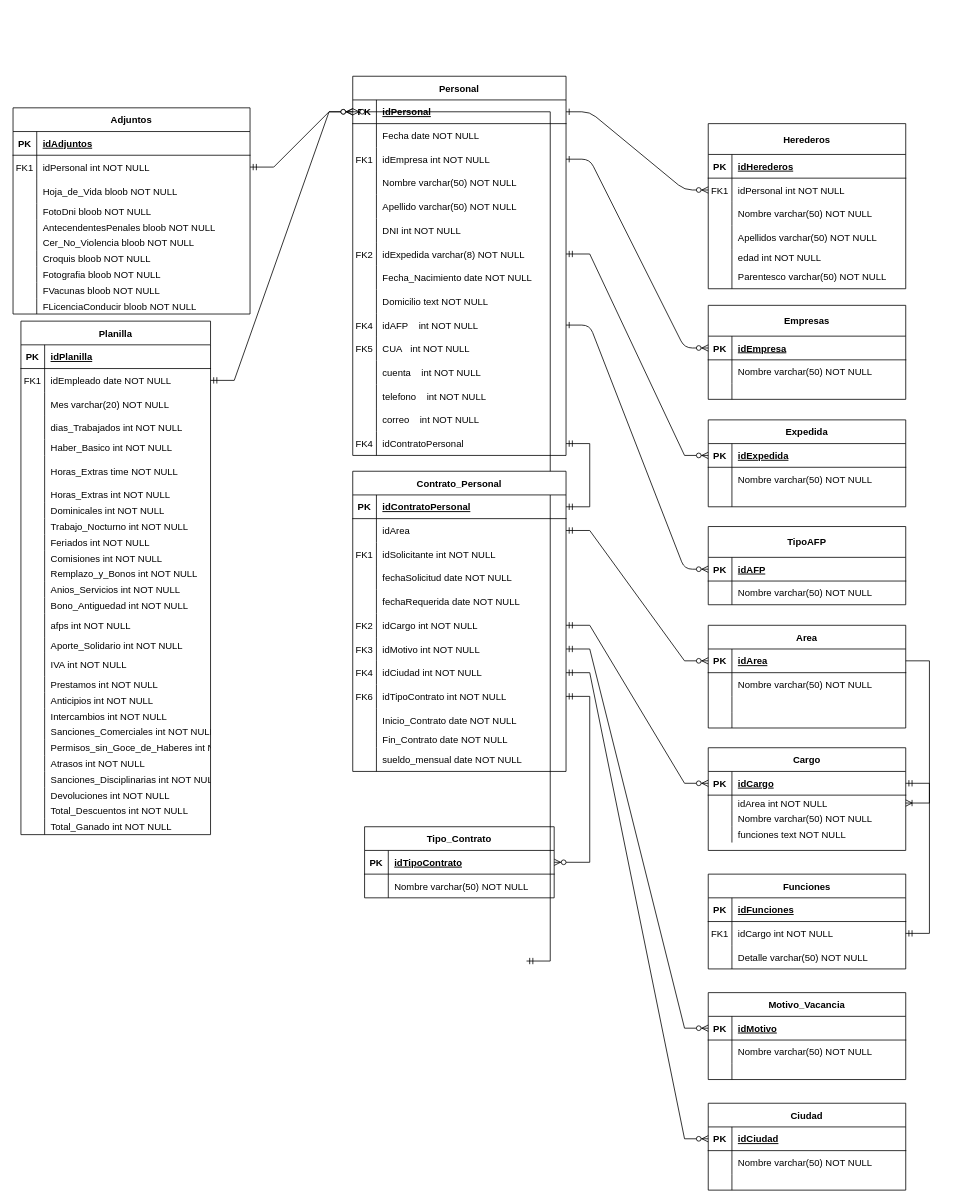
tomyivan/diagramas-DB keeps this draw.io diagram as Diagrama sin título.drawio. Above is the earlier version. Source tidied: cells renumbered, new cells numbered last; positions are measured from the earlier drawing's top-left corner, leaving out a move shared by most shapes. Both pictures are drawn from the tidied source at 79%, with x=0, y=0 at pixel (13, 76).
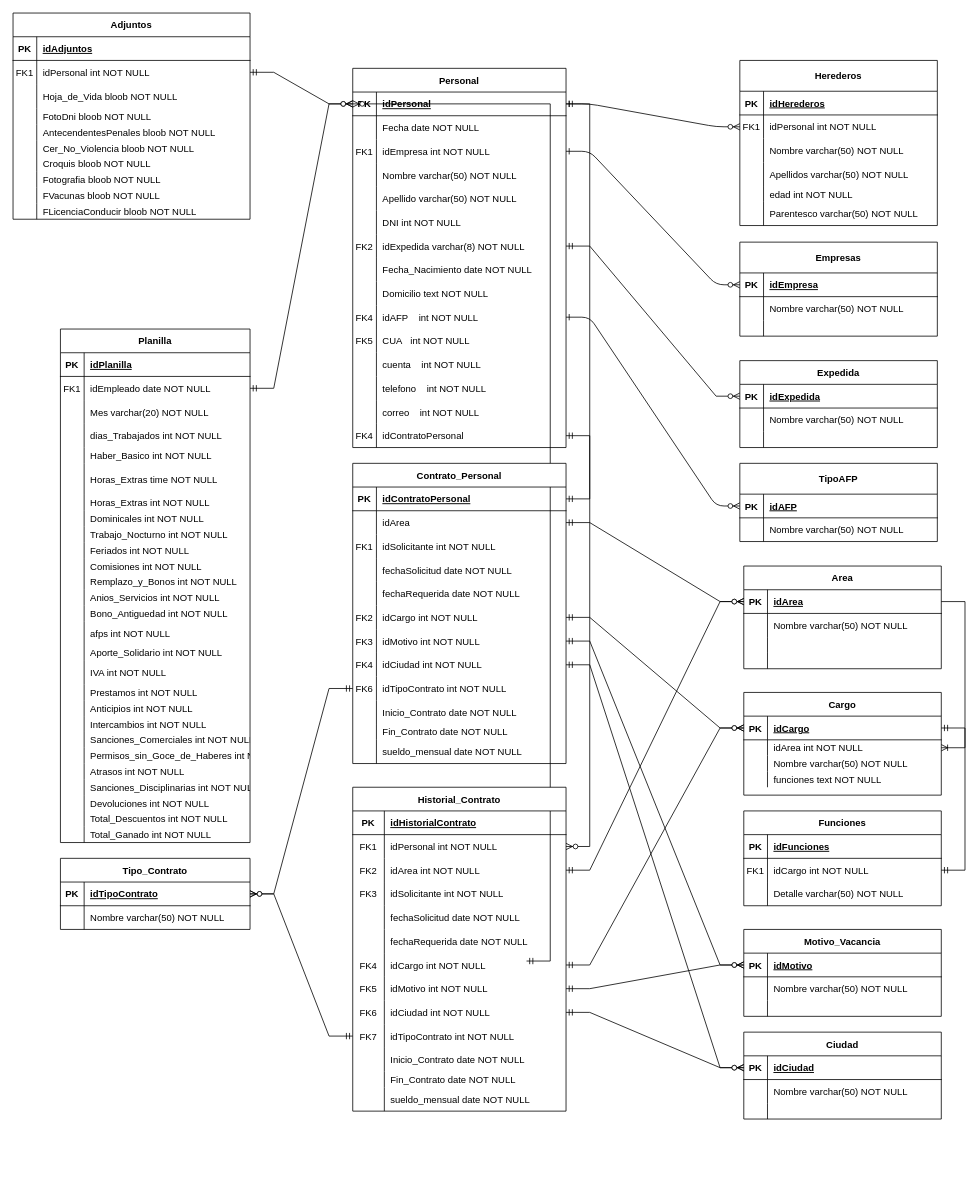
The same page after the edit.

The change refers to these unchanged cells:
```xml
<mxCell id="13" style="shape=partialRectangle;fillColor=none;points=[[0,0.5],[1,0.5]];portConstraint=eastwest;top=0;left=0;right=0;bottom=1;" parent="12" vertex="1">
  <mxGeometry y="30" width="270" height="30" as="geometry" />
</mxCell>
<mxCell id="60" style="shape=partialRectangle;fillColor=none;points=[[0,0.5],[1,0.5]];portConstraint=eastwest;top=0;left=0;right=0;bottom=1;" parent="59" vertex="1">
  <mxGeometry y="30" width="250" height="30" as="geometry" />
</mxCell>
<mxCell id="70" style="shape=partialRectangle;fillColor=none;points=[[0,0.5],[1,0.5]];portConstraint=eastwest;top=0;left=0;right=0;bottom=1;" parent="69" vertex="1">
  <mxGeometry y="30" width="250" height="30" as="geometry" />
</mxCell>
<mxCell id="93" style="shape=partialRectangle;fillColor=none;points=[[0,0.5],[1,0.5]];portConstraint=eastwest;top=0;left=0;right=0;bottom=1;" parent="92" vertex="1">
  <mxGeometry y="30" width="250" height="30" as="geometry" />
</mxCell>
<mxCell id="110" style="shape=partialRectangle;fillColor=none;points=[[0,0.5],[1,0.5]];portConstraint=eastwest;top=0;left=0;right=0;bottom=1;" parent="109" vertex="1">
  <mxGeometry y="30" width="240" height="30" as="geometry" />
</mxCell>
<mxCell id="239" style="shape=partialRectangle;fillColor=none;points=[[0,0.5],[1,0.5]];portConstraint=eastwest;top=0;left=0;right=0;bottom=1;" parent="238" vertex="1">
  <mxGeometry y="30" width="250" height="30" as="geometry" />
</mxCell>
```

Diff of the diagram source:
```diff
@@
     <mxCell id="2" value="Empresas" style="shape=table;startSize=39;childLayout=tableLayout;rowLines=0;fontStyle=1;align=center;" parent="1" vertex="1">
-      <mxGeometry x="880" y="290" width="250" height="119" as="geometry" />
+      <mxGeometry x="920" y="210" width="250" height="119" as="geometry" />
     </mxCell>
@@
     <mxCell id="12" value="Personal" style="shape=table;startSize=30;childLayout=tableLayout;rowLines=0;fontStyle=1;align=center;" parent="1" vertex="1">
-      <mxGeometry x="430" width="270" height="480" as="geometry" />
+      <mxGeometry x="430" y="-10" width="270" height="480" as="geometry" />
     </mxCell>
@@
     <mxCell id="59" value="Ciudad" style="shape=table;startSize=30;childLayout=tableLayout;rowLines=0;fontStyle=1;align=center;" parent="1" vertex="1">
-      <mxGeometry x="880" y="1300" width="250" height="110" as="geometry" />
+      <mxGeometry x="925" y="1210" width="250" height="110" as="geometry" />
     </mxCell>
@@
     <mxCell id="69" value="Area" style="shape=table;startSize=30;childLayout=tableLayout;rowLines=0;fontStyle=1;align=center;" parent="1" vertex="1">
-      <mxGeometry x="880" y="695" width="250" height="130" as="geometry" />
+      <mxGeometry x="925" y="620" width="250" height="130" as="geometry" />
     </mxCell>
@@
     <mxCell id="82" value="Expedida" style="shape=table;startSize=30;childLayout=tableLayout;rowLines=0;fontStyle=1;align=center;" parent="1" vertex="1">
-      <mxGeometry x="880" y="435" width="250" height="110" as="geometry" />
+      <mxGeometry x="920" y="360" width="250" height="110" as="geometry" />
     </mxCell>
@@
     <mxCell id="92" value="Cargo" style="shape=table;startSize=30;childLayout=tableLayout;rowLines=0;fontStyle=1;align=center;" parent="1" vertex="1">
-      <mxGeometry x="880" y="850" width="250" height="130" as="geometry" />
+      <mxGeometry x="925" y="780" width="250" height="130" as="geometry" />
     </mxCell>
@@
     <mxCell id="109" value="Tipo_Contrato" style="shape=table;startSize=30;childLayout=tableLayout;rowLines=0;fontStyle=1;align=center;" parent="1" vertex="1">
-      <mxGeometry x="445" y="950" width="240" height="90" as="geometry" />
+      <mxGeometry x="60" y="990" width="240" height="90" as="geometry" />
     </mxCell>
@@
     <mxCell id="118" value="Planilla" style="shape=table;startSize=30;childLayout=tableLayout;rowLines=0;fontStyle=1;align=center;" parent="1" vertex="1">
-      <mxGeometry x="10" y="310" width="240" height="650" as="geometry" />
+      <mxGeometry x="60" y="320" width="240" height="650" as="geometry" />
     </mxCell>
@@
     <mxCell id="201" value="Contrato_Personal" style="shape=table;startSize=30;childLayout=tableLayout;rowLines=0;fontStyle=1;align=center;" parent="1" vertex="1">
-      <mxGeometry x="430" y="500" width="270" height="380" as="geometry" />
+      <mxGeometry x="430" y="490" width="270" height="380" as="geometry" />
     </mxCell>
@@
     <mxCell id="238" value="Motivo_Vacancia" style="shape=table;startSize=30;childLayout=tableLayout;rowLines=0;fontStyle=1;align=center;" parent="1" vertex="1">
-      <mxGeometry x="880" y="1160" width="250" height="110" as="geometry" />
+      <mxGeometry x="925" y="1080" width="250" height="110" as="geometry" />
     </mxCell>
@@
     <mxCell id="249" value="Funciones" style="shape=table;startSize=30;childLayout=tableLayout;rowLines=0;fontStyle=1;align=center;" parent="1" vertex="1">
-      <mxGeometry x="880" y="1010" width="250" height="120" as="geometry" />
+      <mxGeometry x="925" y="930" width="250" height="120" as="geometry" />
     </mxCell>
@@
     <mxCell id="260" value="Herederos" style="shape=table;startSize=39;childLayout=tableLayout;rowLines=0;fontStyle=1;align=center;" parent="1" vertex="1">
-      <mxGeometry x="880" y="60" width="250" height="209" as="geometry" />
+      <mxGeometry x="920" y="-20" width="250" height="209" as="geometry" />
     </mxCell>
@@
     <mxCell id="279" value="TipoAFP" style="shape=table;startSize=39;childLayout=tableLayout;rowLines=0;fontStyle=1;align=center;" parent="1" vertex="1">
-      <mxGeometry x="880" y="570" width="250" height="99" as="geometry" />
+      <mxGeometry x="920" y="490" width="250" height="99" as="geometry" />
     </mxCell>
@@
     <mxCell id="289" value="Adjuntos" style="shape=table;startSize=30;childLayout=tableLayout;rowLines=0;fontStyle=1;align=center;" parent="1" vertex="1">
-      <mxGeometry y="40" width="300" height="261" as="geometry" />
+      <mxGeometry y="-80" width="300" height="261" as="geometry" />
     </mxCell>
@@
+    <mxCell id="322" value="Historial_Contrato" style="shape=table;startSize=30;childLayout=tableLayout;rowLines=0;fontStyle=1;align=center;" parent="1" vertex="1">
+      <mxGeometry x="430" y="900" width="270" height="410" as="geometry" />
+    </mxCell>
+    <mxCell id="323" style="shape=partialRectangle;fillColor=none;top=0;left=0;right=0;bottom=1;" parent="322" vertex="1">
+      <mxGeometry y="30" width="270" height="30" as="geometry" />
+    </mxCell>
+    <mxCell id="324" value="PK" style="shape=partialRectangle;overflow=hidden;fillColor=none;top=0;left=0;bottom=0;right=0;fontStyle=1;" parent="323" vertex="1">
+      <mxGeometry width="40" height="30" as="geometry" />
+    </mxCell>
+    <mxCell id="325" value="idHistorialContrato" style="shape=partialRectangle;overflow=hidden;fillColor=none;top=0;left=0;bottom=0;right=0;align=left;spacingLeft=6;fontStyle=5;" parent="323" vertex="1">
+      <mxGeometry x="40" width="230" height="30" as="geometry" />
+    </mxCell>
+    <mxCell id="326" style="shape=partialRectangle;fillColor=none;points=[[0,0.5],[1,0.5]];portConstraint=eastwest;top=0;left=0;right=0;bottom=0;" parent="322" vertex="1">
+      <mxGeometry y="60" width="270" height="30" as="geometry" />
+    </mxCell>
+    <mxCell id="327" value="FK1" style="shape=partialRectangle;overflow=hidden;fillColor=none;top=0;left=0;bottom=0;right=0;" parent="326" vertex="1">
+      <mxGeometry width="40" height="30" as="geometry" />
+    </mxCell>
+    <mxCell id="328" value="idPersonal int NOT NULL" style="shape=partialRectangle;overflow=hidden;fillColor=none;top=0;left=0;bottom=0;right=0;align=left;spacingLeft=6;" parent="326" vertex="1">
+      <mxGeometry x="40" width="230" height="30" as="geometry" />
+    </mxCell>
+    <mxCell id="329" style="shape=partialRectangle;fillColor=none;points=[[0,0.5],[1,0.5]];portConstraint=eastwest;top=0;left=0;right=0;bottom=0;" parent="322" vertex="1">
+      <mxGeometry y="90" width="270" height="30" as="geometry" />
+    </mxCell>
+    <mxCell id="330" value="FK2" style="shape=partialRectangle;overflow=hidden;fillColor=none;top=0;left=0;bottom=0;right=0;" parent="329" vertex="1">
+      <mxGeometry width="40" height="30" as="geometry" />
+    </mxCell>
+    <mxCell id="331" value="idArea int NOT NULL" style="shape=partialRectangle;overflow=hidden;fillColor=none;top=0;left=0;bottom=0;right=0;align=left;spacingLeft=6;" parent="329" vertex="1">
+      <mxGeometry x="40" width="230" height="30" as="geometry" />
+    </mxCell>
+    <mxCell id="332" style="shape=partialRectangle;fillColor=none;top=0;left=0;right=0;bottom=0;" parent="322" vertex="1">
+      <mxGeometry y="120" width="270" height="30" as="geometry" />
+    </mxCell>
+    <mxCell id="333" value="FK3" style="shape=partialRectangle;overflow=hidden;fillColor=none;top=0;left=0;bottom=0;right=0;" parent="332" vertex="1">
+      <mxGeometry width="40" height="30" as="geometry" />
+    </mxCell>
+    <mxCell id="334" value="idSolicitante int NOT NULL" style="shape=partialRectangle;overflow=hidden;fillColor=none;top=0;left=0;bottom=0;right=0;align=left;spacingLeft=6;" parent="332" vertex="1">
+      <mxGeometry x="40" width="230" height="30" as="geometry" />
+    </mxCell>
+    <mxCell id="335" style="shape=partialRectangle;fillColor=none;top=0;left=0;right=0;bottom=0;" parent="322" vertex="1">
+      <mxGeometry y="150" width="270" height="30" as="geometry" />
+    </mxCell>
+    <mxCell id="336" style="shape=partialRectangle;overflow=hidden;fillColor=none;top=0;left=0;bottom=0;right=0;" parent="335" vertex="1">
+      <mxGeometry width="40" height="30" as="geometry" />
+    </mxCell>
+    <mxCell id="337" value="fechaSolicitud date NOT NULL" style="shape=partialRectangle;overflow=hidden;fillColor=none;top=0;left=0;bottom=0;right=0;align=left;spacingLeft=6;" parent="335" vertex="1">
+      <mxGeometry x="40" width="230" height="30" as="geometry" />
+    </mxCell>
+    <mxCell id="338" style="shape=partialRectangle;fillColor=none;top=0;left=0;right=0;bottom=0;" parent="322" vertex="1">
+      <mxGeometry y="180" width="270" height="30" as="geometry" />
+    </mxCell>
+    <mxCell id="339" style="shape=partialRectangle;overflow=hidden;fillColor=none;top=0;left=0;bottom=0;right=0;" parent="338" vertex="1">
+      <mxGeometry width="40" height="30" as="geometry" />
+    </mxCell>
+    <mxCell id="340" value="fechaRequerida date NOT NULL" style="shape=partialRectangle;overflow=hidden;fillColor=none;top=0;left=0;bottom=0;right=0;align=left;spacingLeft=6;" parent="338" vertex="1">
+      <mxGeometry x="40" width="230" height="30" as="geometry" />
+    </mxCell>
+    <mxCell id="341" style="shape=partialRectangle;fillColor=none;points=[[0,0.5],[1,0.5]];portConstraint=eastwest;top=0;left=0;right=0;bottom=0;" parent="322" vertex="1">
+      <mxGeometry y="210" width="270" height="30" as="geometry" />
+    </mxCell>
+    <mxCell id="342" value="FK4" style="shape=partialRectangle;overflow=hidden;fillColor=none;top=0;left=0;bottom=0;right=0;" parent="341" vertex="1">
+      <mxGeometry width="40" height="30" as="geometry" />
+    </mxCell>
+    <mxCell id="343" value="idCargo int NOT NULL" style="shape=partialRectangle;overflow=hidden;fillColor=none;top=0;left=0;bottom=0;right=0;align=left;spacingLeft=6;" parent="341" vertex="1">
+      <mxGeometry x="40" width="230" height="30" as="geometry" />
+    </mxCell>
+    <mxCell id="344" style="shape=partialRectangle;fillColor=none;points=[[0,0.5],[1,0.5]];portConstraint=eastwest;top=0;left=0;right=0;bottom=0;" parent="322" vertex="1">
+      <mxGeometry y="240" width="270" height="30" as="geometry" />
+    </mxCell>
+    <mxCell id="345" value="FK5" style="shape=partialRectangle;overflow=hidden;fillColor=none;top=0;left=0;bottom=0;right=0;" parent="344" vertex="1">
+      <mxGeometry width="40" height="30" as="geometry" />
+    </mxCell>
+    <mxCell id="346" value="idMotivo int NOT NULL" style="shape=partialRectangle;overflow=hidden;fillColor=none;top=0;left=0;bottom=0;right=0;align=left;spacingLeft=6;" parent="344" vertex="1">
+      <mxGeometry x="40" width="230" height="30" as="geometry" />
+    </mxCell>
+    <mxCell id="347" style="shape=partialRectangle;fillColor=none;points=[[0,0.5],[1,0.5]];portConstraint=eastwest;top=0;left=0;right=0;bottom=0;" parent="322" vertex="1">
+      <mxGeometry y="270" width="270" height="30" as="geometry" />
+    </mxCell>
+    <mxCell id="348" value="FK6" style="shape=partialRectangle;overflow=hidden;fillColor=none;top=0;left=0;bottom=0;right=0;" parent="347" vertex="1">
+      <mxGeometry width="40" height="30" as="geometry" />
+    </mxCell>
+    <mxCell id="349" value="idCiudad int NOT NULL" style="shape=partialRectangle;overflow=hidden;fillColor=none;top=0;left=0;bottom=0;right=0;align=left;spacingLeft=6;" parent="347" vertex="1">
+      <mxGeometry x="40" width="230" height="30" as="geometry" />
+    </mxCell>
+    <mxCell id="350" style="shape=partialRectangle;fillColor=none;points=[[0,0.5],[1,0.5]];portConstraint=eastwest;top=0;left=0;right=0;bottom=0;" parent="322" vertex="1">
+      <mxGeometry y="300" width="270" height="30" as="geometry" />
+    </mxCell>
+    <mxCell id="351" value="FK7" style="shape=partialRectangle;overflow=hidden;fillColor=none;top=0;left=0;bottom=0;right=0;" parent="350" vertex="1">
+      <mxGeometry width="40" height="30" as="geometry" />
+    </mxCell>
+    <mxCell id="352" value="idTipoContrato int NOT NULL" style="shape=partialRectangle;overflow=hidden;fillColor=none;top=0;left=0;bottom=0;right=0;align=left;spacingLeft=6;" parent="350" vertex="1">
+      <mxGeometry x="40" width="230" height="30" as="geometry" />
+    </mxCell>
+    <mxCell id="353" style="shape=partialRectangle;fillColor=none;top=0;left=0;right=0;bottom=0;" parent="322" vertex="1">
+      <mxGeometry y="330" width="270" height="30" as="geometry" />
+    </mxCell>
+    <mxCell id="354" style="shape=partialRectangle;overflow=hidden;fillColor=none;top=0;left=0;bottom=0;right=0;" parent="353" vertex="1">
+      <mxGeometry width="40" height="30" as="geometry" />
+    </mxCell>
+    <mxCell id="355" value="Inicio_Contrato date NOT NULL" style="shape=partialRectangle;overflow=hidden;fillColor=none;top=0;left=0;bottom=0;right=0;align=left;spacingLeft=6;" parent="353" vertex="1">
+      <mxGeometry x="40" width="230" height="30" as="geometry" />
+    </mxCell>
+    <mxCell id="356" style="shape=partialRectangle;fillColor=none;top=0;left=0;right=0;bottom=0;" parent="322" vertex="1">
+      <mxGeometry y="360" width="270" height="20" as="geometry" />
+    </mxCell>
+    <mxCell id="357" style="shape=partialRectangle;overflow=hidden;fillColor=none;top=0;left=0;bottom=0;right=0;" parent="356" vertex="1">
+      <mxGeometry width="40" height="20" as="geometry" />
+    </mxCell>
+    <mxCell id="358" value="Fin_Contrato date NOT NULL" style="shape=partialRectangle;overflow=hidden;fillColor=none;top=0;left=0;bottom=0;right=0;align=left;spacingLeft=6;" parent="356" vertex="1">
+      <mxGeometry x="40" width="230" height="20" as="geometry" />
+    </mxCell>
+    <mxCell id="359" style="shape=partialRectangle;fillColor=none;top=0;left=0;right=0;bottom=0;" parent="322" vertex="1">
+      <mxGeometry y="380" width="270" height="30" as="geometry" />
+    </mxCell>
+    <mxCell id="360" style="shape=partialRectangle;overflow=hidden;fillColor=none;top=0;left=0;bottom=0;right=0;" parent="359" vertex="1">
+      <mxGeometry width="40" height="30" as="geometry" />
+    </mxCell>
+    <mxCell id="361" value="sueldo_mensual date NOT NULL" style="shape=partialRectangle;overflow=hidden;fillColor=none;top=0;left=0;bottom=0;right=0;align=left;spacingLeft=6;" parent="359" vertex="1">
+      <mxGeometry x="40" width="230" height="30" as="geometry" />
+    </mxCell>
+    <mxCell id="362" style="edgeStyle=entityRelationEdgeStyle;fontSize=12;html=1;endArrow=ERzeroToMany;startArrow=ERmandOne;rounded=0;" parent="1" edge="1" source="329" target="70">
+      <mxGeometry x="-0.22" y="-29" relative="1" as="geometry" />
+    </mxCell>
+    <mxCell id="363" style="edgeStyle=entityRelationEdgeStyle;fontSize=12;html=1;endArrow=ERzeroToMany;startArrow=ERmandOne;rounded=0;" parent="1" edge="1" source="341" target="93">
+      <mxGeometry x="-0.22" y="-29" relative="1" as="geometry" />
+    </mxCell>
+    <mxCell id="364" style="edgeStyle=entityRelationEdgeStyle;fontSize=12;html=1;endArrow=ERzeroToMany;startArrow=ERmandOne;rounded=0;" parent="1" edge="1" source="13" target="326">
+      <mxGeometry x="-0.22" y="-29" relative="1" as="geometry" />
+    </mxCell>
+    <mxCell id="365" style="edgeStyle=entityRelationEdgeStyle;fontSize=12;html=1;endArrow=ERzeroToMany;startArrow=ERmandOne;rounded=0;" parent="1" edge="1" source="344" target="239">
+      <mxGeometry x="-0.22" y="-29" relative="1" as="geometry" />
+    </mxCell>
+    <mxCell id="366" style="edgeStyle=entityRelationEdgeStyle;fontSize=12;html=1;endArrow=ERzeroToMany;startArrow=ERmandOne;rounded=0;" parent="1" edge="1" source="347" target="60">
+      <mxGeometry x="-0.22" y="-29" relative="1" as="geometry" />
+    </mxCell>
+    <mxCell id="367" style="edgeStyle=entityRelationEdgeStyle;fontSize=12;html=1;endArrow=ERzeroToMany;startArrow=ERmandOne;rounded=0;" parent="1" edge="1" source="350" target="110">
+      <mxGeometry x="-0.22" y="-29" relative="1" as="geometry" />
+    </mxCell>
```
